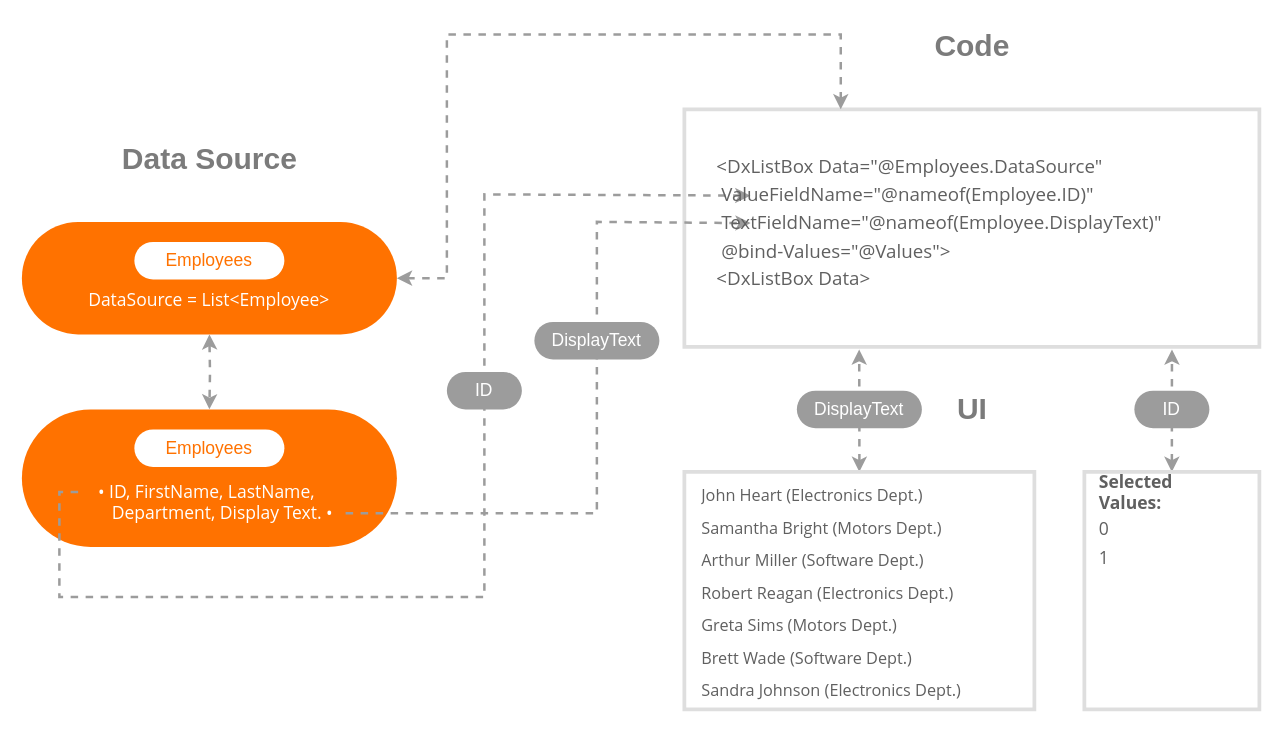
This is examples/diagram-example-1.drawio from m-ptrv/diagrams, a draw.io file, before an edit. Source tidied: cells renumbered, new cells numbered last; positions are measured from the earlier drawing's top-left corner, leaving out a move shared by most shapes. Both pictures are drawn from the tidied source at 125%, with x=0, y=0 at pixel (21, 21).
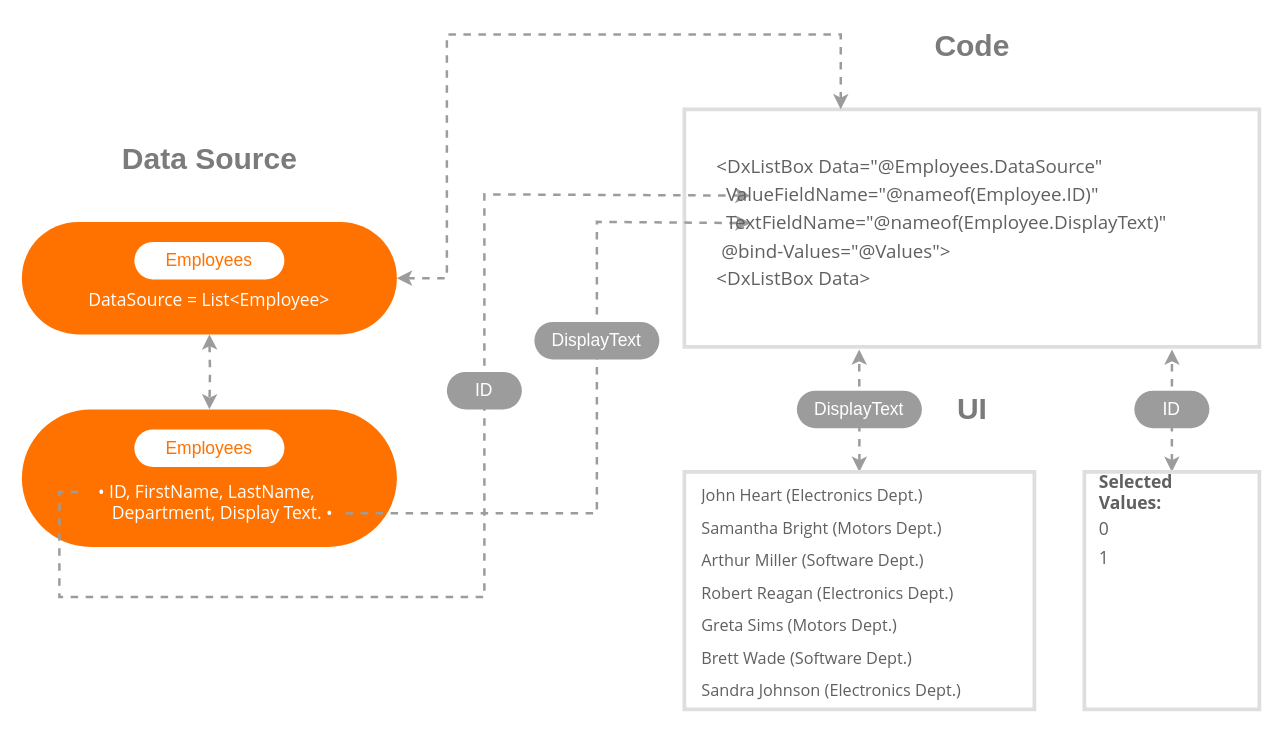
After the change.

What changed in the source:
```diff
@@
-    <mxCell id="25" value="&lt;p style=&quot;line-height: 150%&quot;&gt;&lt;span style=&quot;color: rgb(96 , 96 , 96) ; font-size: 15px&quot;&gt;&amp;lt;DxListBox Data=&quot;@Employees.DataSource&quot;&lt;br style=&quot;font-size: 15px&quot;&gt;&lt;/span&gt;&lt;span style=&quot;color: rgb(96 , 96 , 96) ; font-size: 15px ; text-align: center&quot;&gt;&lt;span style=&quot;white-space: pre ; font-size: 15px&quot;&gt; &lt;/span&gt;ValueFieldName=&quot;@nameof(Employee.ID)&quot;&lt;br style=&quot;font-size: 15px&quot;&gt;&lt;/span&gt;&lt;span style=&quot;color: rgb(96 , 96 , 96) ; font-size: 15px ; text-align: center&quot;&gt;&lt;span style=&quot;white-space: pre ; font-size: 15px&quot;&gt; &lt;/span&gt;TextFieldName=&quot;@nameof(Employee.DisplayText)&quot;&lt;br style=&quot;font-size: 15px&quot;&gt;&lt;/span&gt;&lt;span style=&quot;color: rgb(96 , 96 , 96) ; font-size: 15px&quot;&gt;&lt;span style=&quot;white-space: pre ; font-size: 15px&quot;&gt; &lt;/span&gt;@bind-Values=&quot;@Values&quot;&amp;gt;&lt;br style=&quot;font-size: 15px&quot;&gt;&lt;/span&gt;&lt;span style=&quot;color: rgb(96 , 96 , 96) ; font-size: 15px&quot;&gt;&amp;lt;DxListBox Data&amp;gt;&lt;/span&gt;&lt;span style=&quot;color: rgb(96 , 96 , 96) ; font-size: 15px&quot;&gt;&lt;br style=&quot;font-size: 15px&quot;&gt;&lt;/span&gt;&lt;/p&gt;" style="text;html=1;strokeColor=none;fillColor=none;align=left;verticalAlign=top;whiteSpace=wrap;rounded=0;comic=0;fontColor=#7b7b7b;snapToPoint=0;fixDash=0;fontFamily=&quot;Segoe UI&quot;,&quot;Helvetica Neue&quot;,Helvetica,Arial,sans-serif;fontSize=15;spacingTop=0;spacing=2;" parent="1" vertex="1">
+    <mxCell id="25" value="&lt;p style=&quot;line-height: 150%&quot;&gt;&lt;span style=&quot;color: rgb(96 , 96 , 96) ; font-size: 15px&quot;&gt;&amp;lt;DxListBox Data=&quot;@Employees.DataSource&quot;&lt;br style=&quot;font-size: 15px&quot;&gt;&lt;/span&gt;&lt;span style=&quot;color: rgb(96 , 96 , 96) ; font-size: 15px ; text-align: center&quot;&gt;&lt;span style=&quot;white-space: pre ; font-size: 15px&quot;&gt; &lt;span style=&quot;white-space: pre&quot;&gt; &lt;/span&gt;&lt;/span&gt;ValueFieldName=&quot;@nameof(Employee.ID)&quot;&lt;br style=&quot;font-size: 15px&quot;&gt;&lt;/span&gt;&lt;span style=&quot;color: rgb(96 , 96 , 96) ; font-size: 15px ; text-align: center&quot;&gt;&lt;span style=&quot;white-space: pre ; font-size: 15px&quot;&gt; &lt;span style=&quot;white-space: pre&quot;&gt; &lt;/span&gt;&lt;/span&gt;TextFieldName=&quot;@nameof(Employee.DisplayText)&quot;&lt;br style=&quot;font-size: 15px&quot;&gt;&lt;/span&gt;&lt;span style=&quot;color: rgb(96 , 96 , 96) ; font-size: 15px&quot;&gt;&lt;span style=&quot;white-space: pre ; font-size: 15px&quot;&gt; &lt;/span&gt;@bind-Values=&quot;@Values&quot;&amp;gt;&lt;br style=&quot;font-size: 15px&quot;&gt;&lt;/span&gt;&lt;span style=&quot;color: rgb(96 , 96 , 96) ; font-size: 15px&quot;&gt;&amp;lt;DxListBox Data&amp;gt;&lt;/span&gt;&lt;span style=&quot;color: rgb(96 , 96 , 96) ; font-size: 15px&quot;&gt;&lt;br style=&quot;font-size: 15px&quot;&gt;&lt;/span&gt;&lt;/p&gt;" style="text;html=1;strokeColor=none;fillColor=none;align=left;verticalAlign=top;whiteSpace=wrap;rounded=0;comic=0;fontColor=#7b7b7b;snapToPoint=0;fixDash=0;fontFamily=&quot;Segoe UI&quot;,&quot;Helvetica Neue&quot;,Helvetica,Arial,sans-serif;fontSize=15;spacingTop=0;spacing=2;" parent="1" vertex="1">
       <mxGeometry x="554" y="82" width="390" height="150" as="geometry" />
     </mxCell>
```
